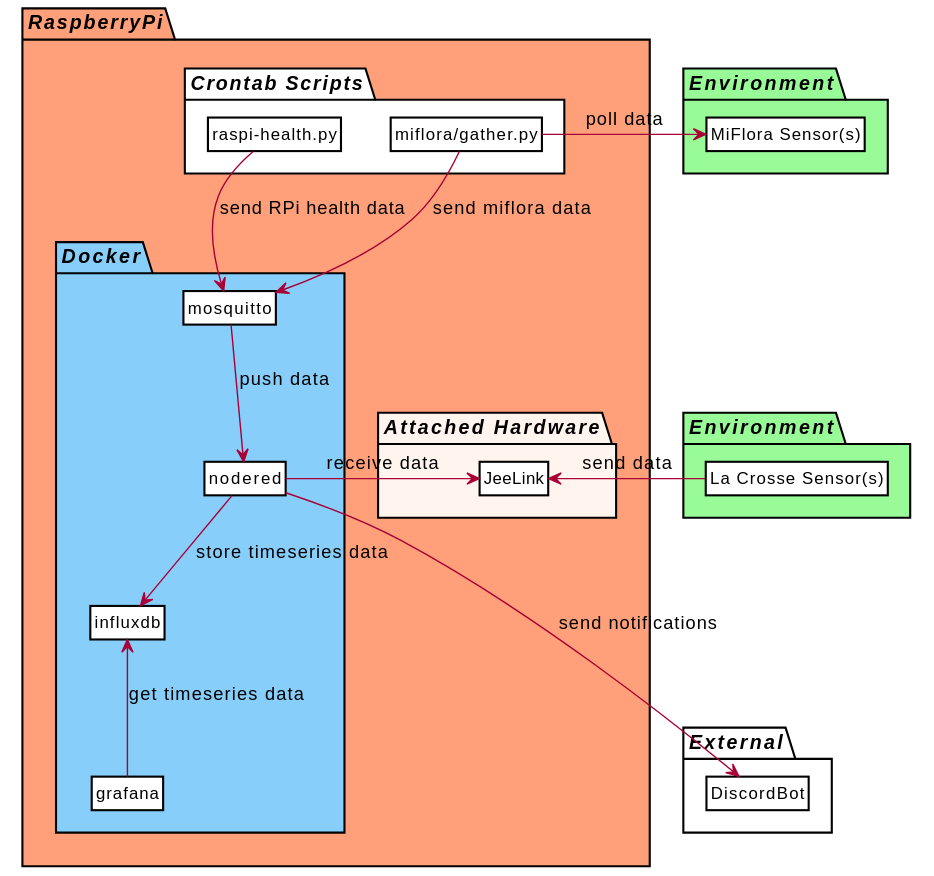
dArignac/smarthome keeps this PlantUML diagram as overview.svg. Above is the earlier version.
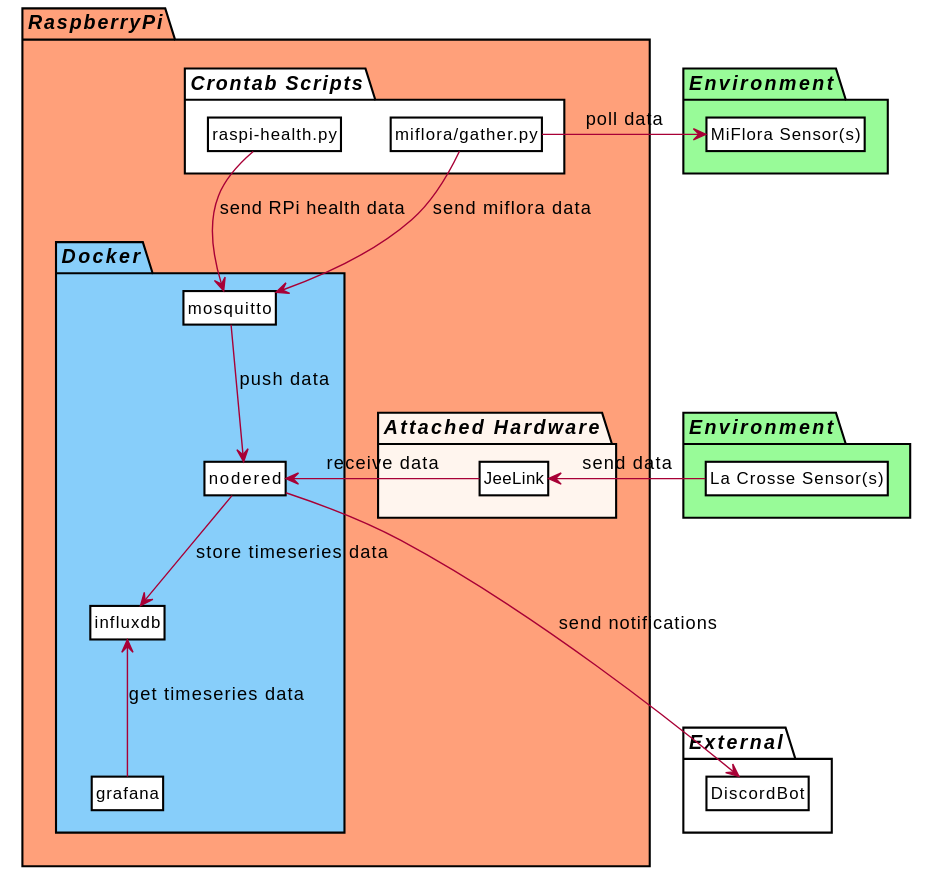
Later version of the same file.

Commit message:
fixed direction of data flow for nodered and jeelink

Change to the diagram source:
```diff
@@ -60,7 +60,7 @@
 }
 
 sensorLacrosse -left-> jeelink: send data
-nodered -left-> jeelink: receive data
+jeelink -left-> nodered : receive data
 scriptMiflora -right-> sensorMiflora: poll data
 scriptMiflora -down-> mosquitto: send miflora data
 nodered -down--> discord: send notifications
```
